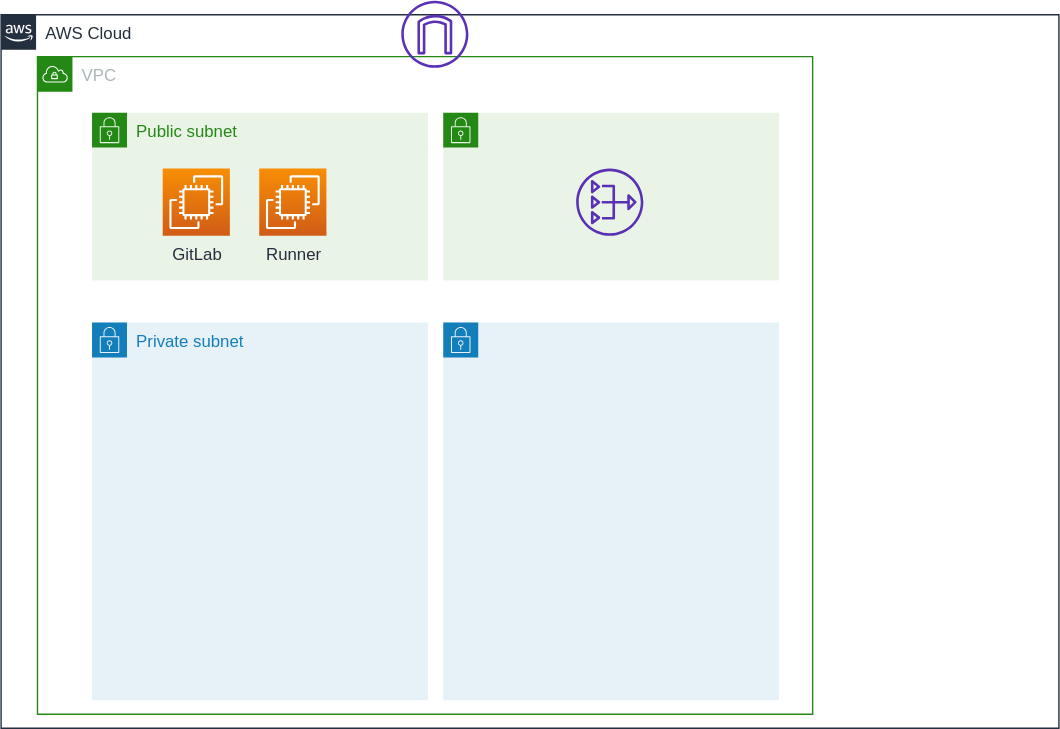
Before: documents/images/use-runner.svg, a diagram exported from draw.io (moriryota62/ecs-cicd). Source tidied: cells renumbered, new cells last; positions are measured from the earlier drawing's top-left corner, leaving out a move shared by most shapes.
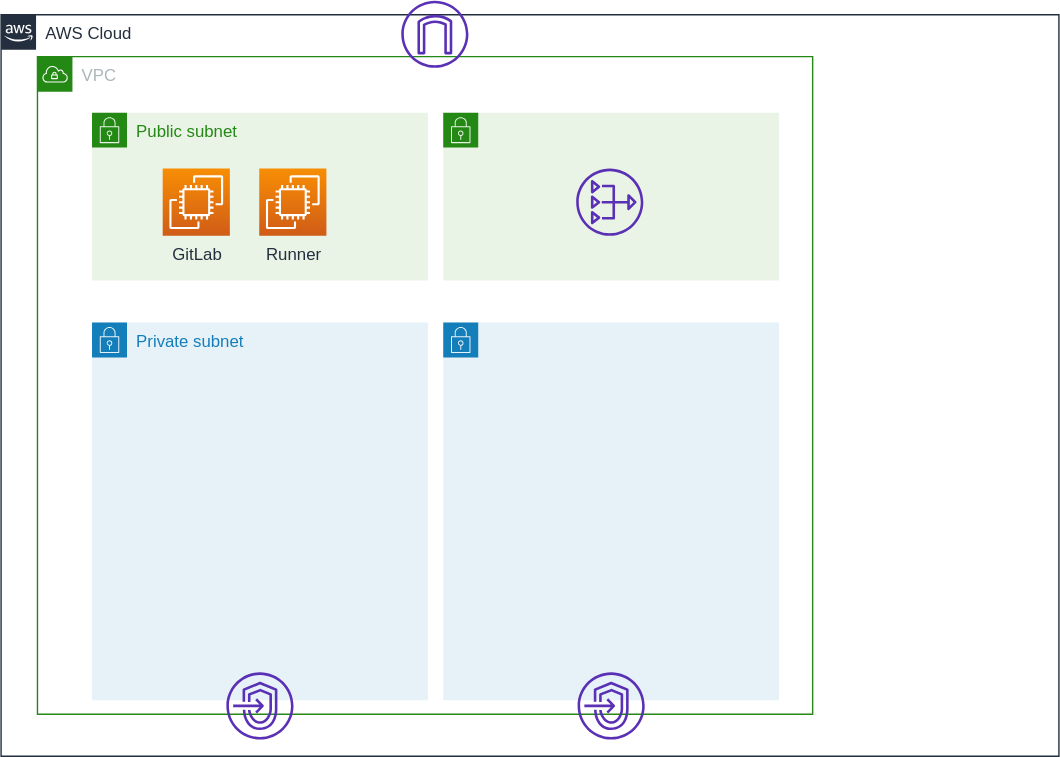
The same diagram one commit later.

What changed in the source:
```diff
@@ -3,7 +3,7 @@
     <mxCell id="0" />
     <mxCell id="1" parent="0" />
     <mxCell id="2" value="AWS Cloud" style="gradientColor=none;html=1;whiteSpace=wrap;fontSize=12;fontStyle=0;shape=mxgraph.aws4.group;grIcon=mxgraph.aws4.group_aws_cloud_alt;strokeColor=#232F3E;fillColor=none;verticalAlign=top;align=left;spacingLeft=30;fontColor=#232F3E;dashed=0;" parent="1" vertex="1">
-      <mxGeometry y="10" width="756" height="510" as="geometry" />
+      <mxGeometry y="10" width="756" height="530" as="geometry" />
     </mxCell>
     <mxCell id="3" value="VPC" style="gradientColor=none;html=1;whiteSpace=wrap;fontSize=12;fontStyle=0;shape=mxgraph.aws4.group;grIcon=mxgraph.aws4.group_vpc;strokeColor=#248814;fillColor=none;verticalAlign=top;align=left;spacingLeft=30;fontColor=#AAB7B8;dashed=0;" parent="1" vertex="1">
       <mxGeometry x="26" y="40" width="554" height="470" as="geometry" />
@@ -32,5 +32,11 @@
     <mxCell id="11" style="fontColor=#232F3E;gradientColor=none;fillColor=#5A30B5;strokeColor=none;dashed=0;verticalLabelPosition=bottom;verticalAlign=top;align=center;html=1;fontSize=12;fontStyle=0;shape=mxgraph.aws4.nat_gateway;" parent="1" vertex="1">
       <mxGeometry x="411" y="120" width="48" height="48" as="geometry" />
     </mxCell>
+    <mxCell id="12" style="fontColor=#232F3E;gradientColor=none;fillColor=#5A30B5;strokeColor=none;dashed=0;verticalLabelPosition=bottom;verticalAlign=top;align=center;html=1;fontSize=12;fontStyle=0;shape=mxgraph.aws4.endpoints;" parent="1" vertex="1">
+      <mxGeometry x="161" y="480" width="48" height="48" as="geometry" />
+    </mxCell>
+    <mxCell id="13" style="fontColor=#232F3E;gradientColor=none;fillColor=#5A30B5;strokeColor=none;dashed=0;verticalLabelPosition=bottom;verticalAlign=top;align=center;html=1;fontSize=12;fontStyle=0;shape=mxgraph.aws4.endpoints;" parent="1" vertex="1">
+      <mxGeometry x="412" y="480" width="48" height="48" as="geometry" />
+    </mxCell>
   </root>
 </mxGraphModel>
```
